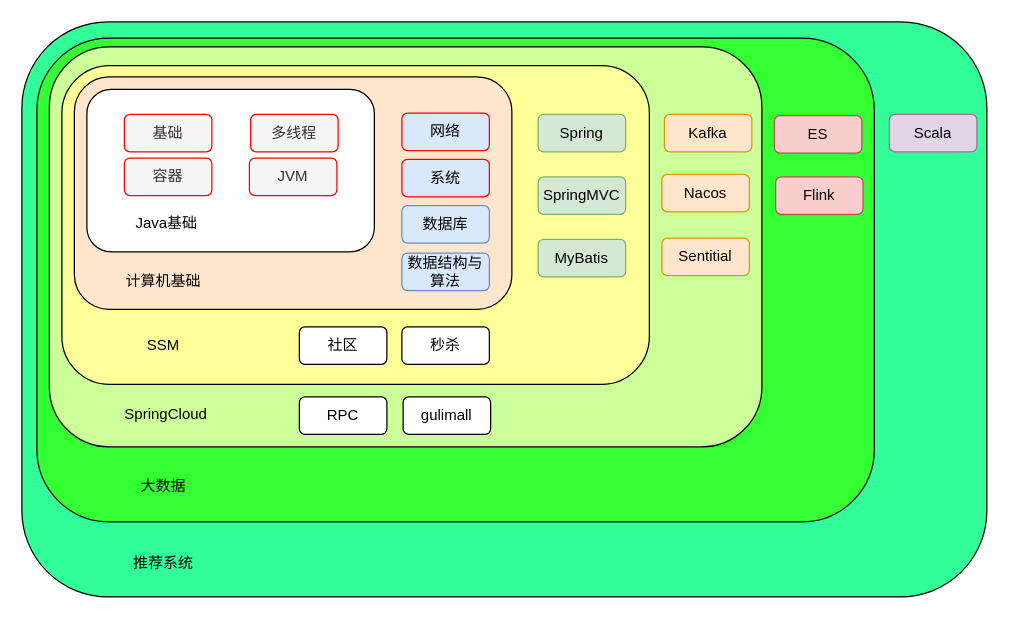
Before: 后端工程师知识体系.drawio in HonyoLAN/telmy, a draw.io diagram. Source tidied: cells renumbered, new cells numbered last; positions are measured from the earlier drawing's top-left corner, leaving out a move shared by most shapes. Both pictures are drawn from the tidied source at 125%, with x=0, y=0 at pixel (21, 21).
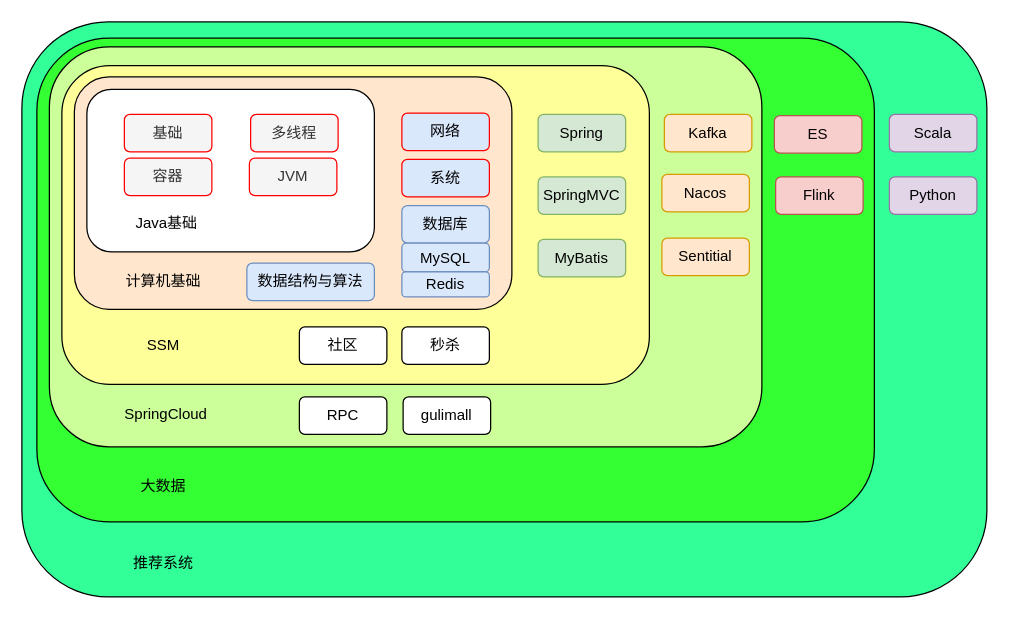
After the change.

Commit message:
Update 后端工程师知识体系.drawio

Change to the diagram source:
```diff
@@
     <mxCell id="30" value="数据结构与算法" style="rounded=1;whiteSpace=wrap;html=1;fillColor=#dae8fc;strokeColor=#6c8ebf;" parent="1" vertex="1">
-      <mxGeometry x="304" y="185" width="70" height="30" as="geometry" />
+      <mxGeometry x="180" y="193" width="102" height="30" as="geometry" />
     </mxCell>
@@
+    <mxCell id="35" value="MySQL" style="rounded=1;whiteSpace=wrap;html=1;fillColor=#dae8fc;strokeColor=#6c8ebf;" parent="1" vertex="1">
+      <mxGeometry x="304" y="177" width="70" height="23" as="geometry" />
+    </mxCell>
+    <mxCell id="36" value="Redis" style="rounded=1;whiteSpace=wrap;html=1;fillColor=#dae8fc;strokeColor=#6c8ebf;" parent="1" vertex="1">
+      <mxGeometry x="304" y="200" width="70" height="20" as="geometry" />
+    </mxCell>
+    <mxCell id="37" value="Python" style="rounded=1;whiteSpace=wrap;html=1;fillColor=#e1d5e7;strokeColor=#9673a6;" parent="1" vertex="1">
+      <mxGeometry x="694" y="124" width="70" height="30" as="geometry" />
+    </mxCell>
```
